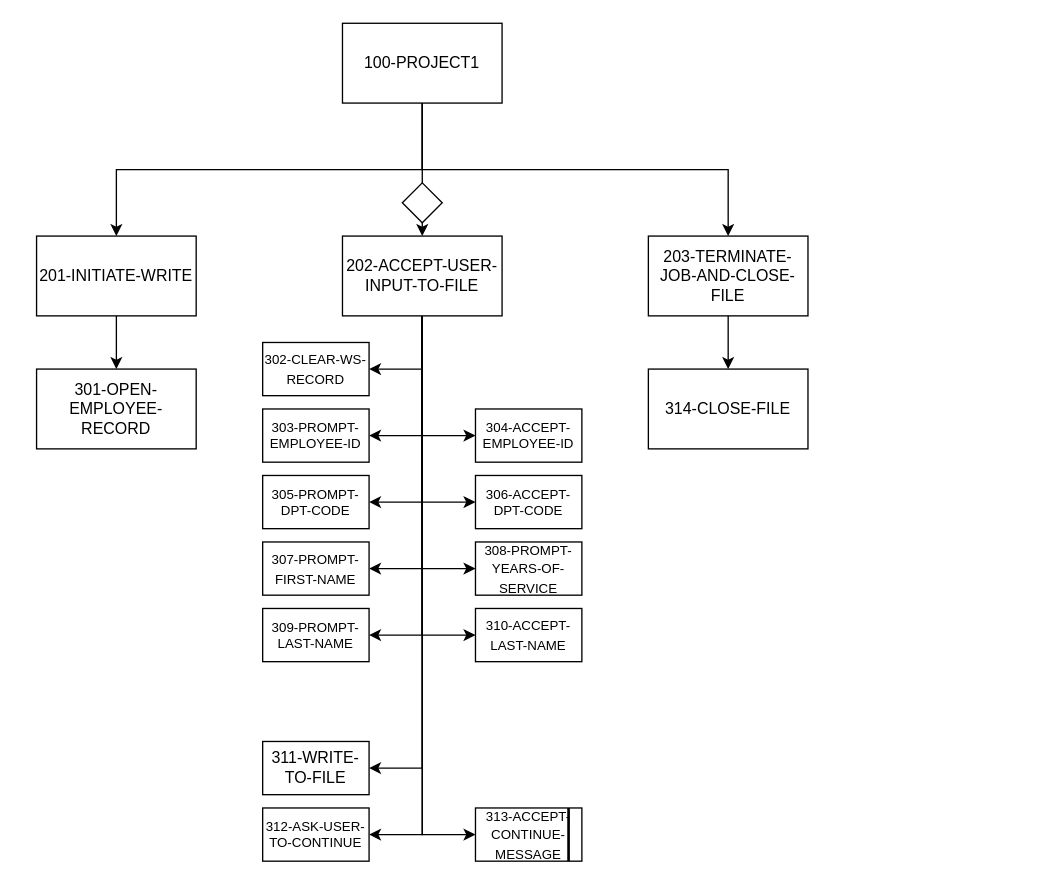
LavaLamp4708/CST8283_Project_1 keeps this draw.io diagram as Project_1_Function_Heirarchy.drawio. Above is the earlier version. Source tidied: cells renumbered, new cells numbered last; positions are measured from the earlier drawing's top-left corner, leaving out a move shared by most shapes. Both pictures are drawn from the tidied source at 133%, with x=0, y=0 at pixel (36, 23).
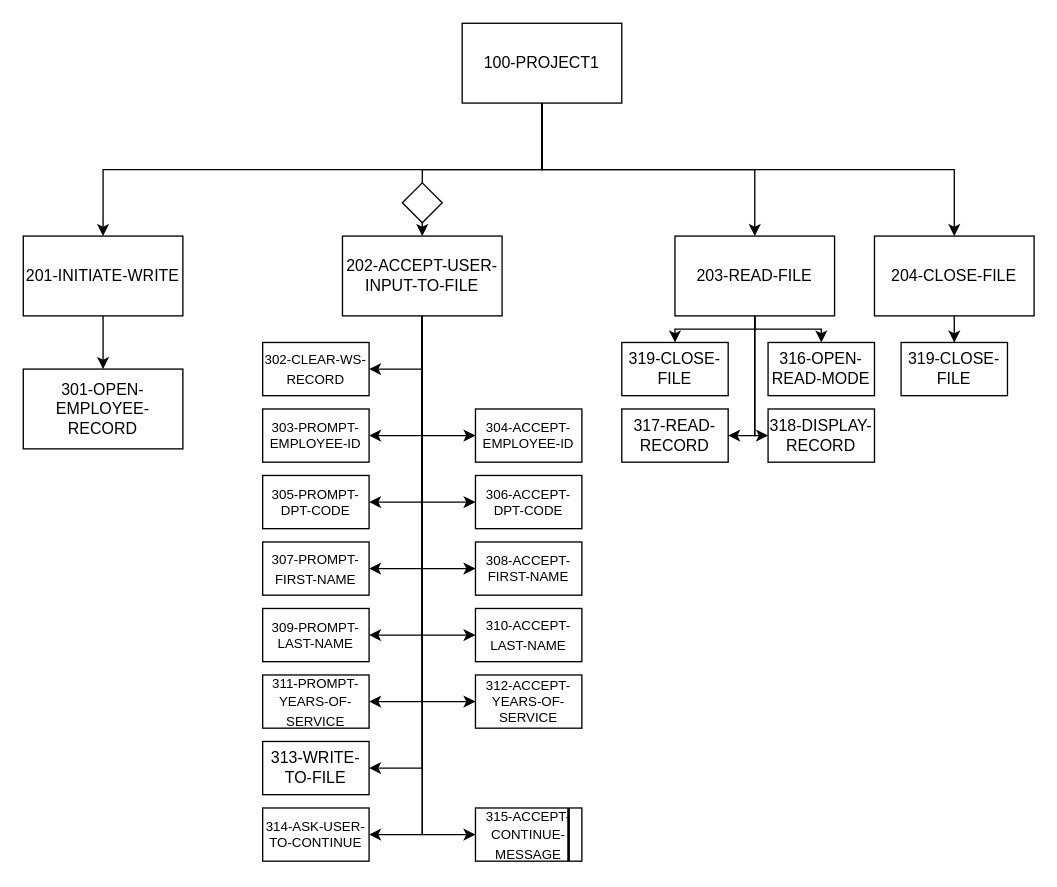
The same page after the edit.

Commit message:
chore: finish function heirarchy for read and display

Unchanged cells that the change refers to:
```xml
<mxCell id="20" value="202-ACCEPT-USER-INPUT-TO-FILE" style="whiteSpace=wrap;html=1;" parent="1" vertex="1">
  <mxGeometry x="230" y="160" width="120" height="60" as="geometry" />
</mxCell>
```

Diff of the diagram source:
```diff
@@
+    <mxCell id="4" style="edgeStyle=orthogonalEdgeStyle;rounded=0;jettySize=auto;html=1;" parent="1" edge="1" source="5" target="20">
+      <mxGeometry relative="1" as="geometry" />
+    </mxCell>
+    <mxCell id="3" style="edgeStyle=orthogonalEdgeStyle;rounded=0;jettySize=auto;html=1;" parent="1" edge="1" source="5" target="22">
+      <mxGeometry relative="1" as="geometry">
+        <Array as="points">
+          <mxPoint x="380" y="110" />
+          <mxPoint x="540" y="110" />
+        </Array>
+      </mxGeometry>
+    </mxCell>
+    <mxCell id="40" style="edgeStyle=orthogonalEdgeStyle;rounded=0;jettySize=auto;html=1;" parent="1" edge="1" source="5" target="48">
+      <mxGeometry relative="1" as="geometry">
+        <Array as="points">
+          <mxPoint x="380" y="110" />
+          <mxPoint x="690" y="110" />
+        </Array>
+      </mxGeometry>
+    </mxCell>
     <mxCell id="2" style="edgeStyle=orthogonalEdgeStyle;rounded=0;jettySize=auto;html=1;entryX=0.5;entryY=0;entryDx=0;entryDy=0;" parent="1" edge="1" source="5" target="7">
       <mxGeometry relative="1" as="geometry">
         <Array as="points">
-          <mxPoint x="290" y="110" />
-          <mxPoint x="60" y="110" />
+          <mxPoint x="380" y="110" />
+          <mxPoint x="50" y="110" />
         </Array>
       </mxGeometry>
     </mxCell>
-    <mxCell id="3" style="edgeStyle=orthogonalEdgeStyle;rounded=0;jettySize=auto;html=1;" parent="1" edge="1" source="5" target="22">
-      <mxGeometry relative="1" as="geometry">
-        <Array as="points">
-          <mxPoint x="290" y="110" />
-          <mxPoint x="520" y="110" />
-        </Array>
-      </mxGeometry>
-    </mxCell>
-    <mxCell id="4" style="edgeStyle=orthogonalEdgeStyle;rounded=0;jettySize=auto;html=1;" parent="1" edge="1" source="5" target="20">
-      <mxGeometry relative="1" as="geometry" />
-    </mxCell>
     <mxCell id="5" value="100-PROJECT1" style="whiteSpace=wrap;html=1;" parent="1" vertex="1">
-      <mxGeometry x="230" width="120" height="60" as="geometry" />
+      <mxGeometry x="320" width="120" height="60" as="geometry" />
     </mxCell>
@@
     <mxCell id="7" value="201-INITIATE-WRITE" style="whiteSpace=wrap;html=1;" parent="1" vertex="1">
-      <mxGeometry y="160" width="120" height="60" as="geometry" />
+      <mxGeometry x="-10" y="160" width="120" height="60" as="geometry" />
     </mxCell>
@@
-    <mxCell id="15" style="edgeStyle=orthogonalEdgeStyle;rounded=0;jettySize=auto;html=1;entryX=0;entryY=0.5;entryDx=0;entryDy=0;" parent="1" edge="1" source="20" target="31">
-      <mxGeometry relative="1" as="geometry" />
+    <mxCell id="15" style="edgeStyle=orthogonalEdgeStyle;rounded=0;jettySize=auto;html=1;entryX=1;entryY=0.5;entryDx=0;entryDy=0;" parent="1" edge="1" source="20" target="31">
+      <mxGeometry relative="1" as="geometry">
+        <Array as="points">
+          <mxPoint x="290" y="510" />
+        </Array>
+      </mxGeometry>
     </mxCell>
@@
+    <mxCell id="41" style="edgeStyle=orthogonalEdgeStyle;rounded=0;jettySize=auto;html=1;entryX=0;entryY=0.5;entryDx=0;entryDy=0;" parent="1" edge="1" source="20" target="53">
+      <mxGeometry relative="1" as="geometry" />
+    </mxCell>
+    <mxCell id="42" style="edgeStyle=orthogonalEdgeStyle;rounded=0;jettySize=auto;html=1;entryX=0;entryY=0.5;entryDx=0;entryDy=0;" parent="1" edge="1" source="20" target="54">
+      <mxGeometry relative="1" as="geometry" />
+    </mxCell>
@@
-    <mxCell id="21" style="edgeStyle=orthogonalEdgeStyle;rounded=0;jettySize=auto;html=1;" parent="1" edge="1" source="22" target="36">
-      <mxGeometry relative="1" as="geometry" />
-    </mxCell>
+    <mxCell id="43" style="edgeStyle=orthogonalEdgeStyle;rounded=0;jettySize=auto;html=1;entryX=0.5;entryY=0;entryDx=0;entryDy=0;" parent="1" edge="1" source="22" target="49">
+      <mxGeometry relative="1" as="geometry">
+        <Array as="points">
+          <mxPoint x="540" y="230" />
+          <mxPoint x="480" y="230" />
+        </Array>
+      </mxGeometry>
+    </mxCell>
+    <mxCell id="44" style="edgeStyle=orthogonalEdgeStyle;rounded=0;jettySize=auto;html=1;entryX=0.5;entryY=0;entryDx=0;entryDy=0;" parent="1" edge="1" source="22" target="51">
+      <mxGeometry relative="1" as="geometry">
+        <Array as="points">
+          <mxPoint x="540" y="230" />
+          <mxPoint x="590" y="230" />
+        </Array>
+      </mxGeometry>
+    </mxCell>
+    <mxCell id="45" style="edgeStyle=orthogonalEdgeStyle;rounded=0;jettySize=auto;html=1;entryX=1;entryY=0.5;entryDx=0;entryDy=0;" parent="1" edge="1" source="22" target="52">
+      <mxGeometry relative="1" as="geometry">
+        <Array as="points">
+          <mxPoint x="540" y="310" />
+        </Array>
+      </mxGeometry>
+    </mxCell>
+    <mxCell id="46" style="edgeStyle=orthogonalEdgeStyle;rounded=0;jettySize=auto;html=1;entryX=0;entryY=0.5;entryDx=0;entryDy=0;" parent="1" edge="1" source="22" target="55">
+      <mxGeometry relative="1" as="geometry">
+        <Array as="points">
+          <mxPoint x="540" y="310" />
+        </Array>
+      </mxGeometry>
+    </mxCell>
-    <mxCell id="22" value="203-TERMINATE-JOB-AND-CLOSE-FILE" style="whiteSpace=wrap;html=1;" parent="1" vertex="1">
-      <mxGeometry x="460" y="160" width="120" height="60" as="geometry" />
+    <mxCell id="22" value="203-READ-FILE" style="whiteSpace=wrap;html=1;" parent="1" vertex="1">
+      <mxGeometry x="480" y="160" width="120" height="60" as="geometry" />
     </mxCell>
     <mxCell id="23" style="edgeStyle=orthogonalEdgeStyle;rounded=0;jettySize=auto;html=1;shape=link;strokeColor=none;width=101;" parent="1" edge="1" source="5">
       <mxGeometry relative="1" as="geometry">
-        <mxPoint x="340" y="100" as="targetPoint" />
+        <mxPoint x="430" y="100" as="targetPoint" />
       </mxGeometry>
     </mxCell>
@@
-    <mxCell id="31" value="&lt;font style=&quot;font-size: 10px;&quot;&gt;308-PROMPT-YEARS-OF-SERVICE&lt;/font&gt;" style="whiteSpace=wrap;html=1;" parent="1" vertex="1">
-      <mxGeometry x="330" y="390" width="80" height="40" as="geometry" />
+    <mxCell id="31" value="&lt;font style=&quot;font-size: 10px;&quot;&gt;311-PROMPT-YEARS-OF-SERVICE&lt;/font&gt;" style="whiteSpace=wrap;html=1;" parent="1" vertex="1">
+      <mxGeometry x="170" y="490" width="80" height="40" as="geometry" />
     </mxCell>
-    <mxCell id="32" value="312-ASK-USER-TO-CONTINUE" style="whiteSpace=wrap;html=1;fontSize=10;" parent="1" vertex="1">
+    <mxCell id="32" value="314-ASK-USER-TO-CONTINUE" style="whiteSpace=wrap;html=1;fontSize=10;" parent="1" vertex="1">
       <mxGeometry x="170" y="590" width="80" height="40" as="geometry" />
     </mxCell>
@@
     <mxCell id="34" value="301-OPEN-EMPLOYEE-RECORD" style="whiteSpace=wrap;html=1;" parent="1" vertex="1">
-      <mxGeometry y="260" width="120" height="60" as="geometry" />
+      <mxGeometry x="-10" y="260" width="120" height="60" as="geometry" />
     </mxCell>
-    <mxCell id="35" value="&lt;font style=&quot;font-size: 10px;&quot;&gt;313-ACCEPT-CONTINUE-MESSAGE&lt;/font&gt;" style="whiteSpace=wrap;html=1;" parent="1" vertex="1">
+    <mxCell id="35" value="&lt;font style=&quot;font-size: 10px;&quot;&gt;315-ACCEPT-CONTINUE-MESSAGE&lt;/font&gt;" style="whiteSpace=wrap;html=1;" parent="1" vertex="1">
       <mxGeometry x="330" y="590" width="80" height="40" as="geometry" />
     </mxCell>
-    <mxCell id="36" value="314-CLOSE-FILE" style="whiteSpace=wrap;html=1;" parent="1" vertex="1">
-      <mxGeometry x="460" y="260" width="120" height="60" as="geometry" />
-    </mxCell>
@@
-    <mxCell id="38" value="311-WRITE-TO-FILE" style="whiteSpace=wrap;html=1;" parent="1" vertex="1">
+    <mxCell id="38" value="313-WRITE-TO-FILE" style="whiteSpace=wrap;html=1;" parent="1" vertex="1">
       <mxGeometry x="170" y="540" width="80" height="40" as="geometry" />
     </mxCell>
@@
+    <mxCell id="47" style="edgeStyle=orthogonalEdgeStyle;rounded=0;jettySize=auto;html=1;" parent="1" edge="1" source="48" target="50">
+      <mxGeometry relative="1" as="geometry" />
+    </mxCell>
+    <mxCell id="48" value="204-CLOSE-FILE" style="whiteSpace=wrap;html=1;" parent="1" vertex="1">
+      <mxGeometry x="630" y="160" width="120" height="60" as="geometry" />
+    </mxCell>
+    <mxCell id="49" value="319-CLOSE-FILE" style="whiteSpace=wrap;html=1;" parent="1" vertex="1">
+      <mxGeometry x="440" y="240" width="80" height="40" as="geometry" />
+    </mxCell>
+    <mxCell id="50" value="319-CLOSE-FILE" style="whiteSpace=wrap;html=1;" parent="1" vertex="1">
+      <mxGeometry x="650" y="240" width="80" height="40" as="geometry" />
+    </mxCell>
+    <mxCell id="51" value="316-OPEN-READ-MODE" style="whiteSpace=wrap;html=1;" parent="1" vertex="1">
+      <mxGeometry x="550" y="240" width="80" height="40" as="geometry" />
+    </mxCell>
+    <mxCell id="52" value="317-READ-RECORD" style="whiteSpace=wrap;html=1;" parent="1" vertex="1">
+      <mxGeometry x="440" y="290" width="80" height="40" as="geometry" />
+    </mxCell>
+    <mxCell id="53" value="308-ACCEPT-FIRST-NAME" style="whiteSpace=wrap;html=1;fontSize=10;" parent="1" vertex="1">
+      <mxGeometry x="330" y="390" width="80" height="40" as="geometry" />
+    </mxCell>
+    <mxCell id="54" value="312-ACCEPT-YEARS-OF-SERVICE" style="whiteSpace=wrap;html=1;fontSize=10;" parent="1" vertex="1">
+      <mxGeometry x="330" y="490" width="80" height="40" as="geometry" />
+    </mxCell>
+    <mxCell id="55" value="318-DISPLAY-RECORD" style="whiteSpace=wrap;html=1;" parent="1" vertex="1">
+      <mxGeometry x="550" y="290" width="80" height="40" as="geometry" />
+    </mxCell>
```
